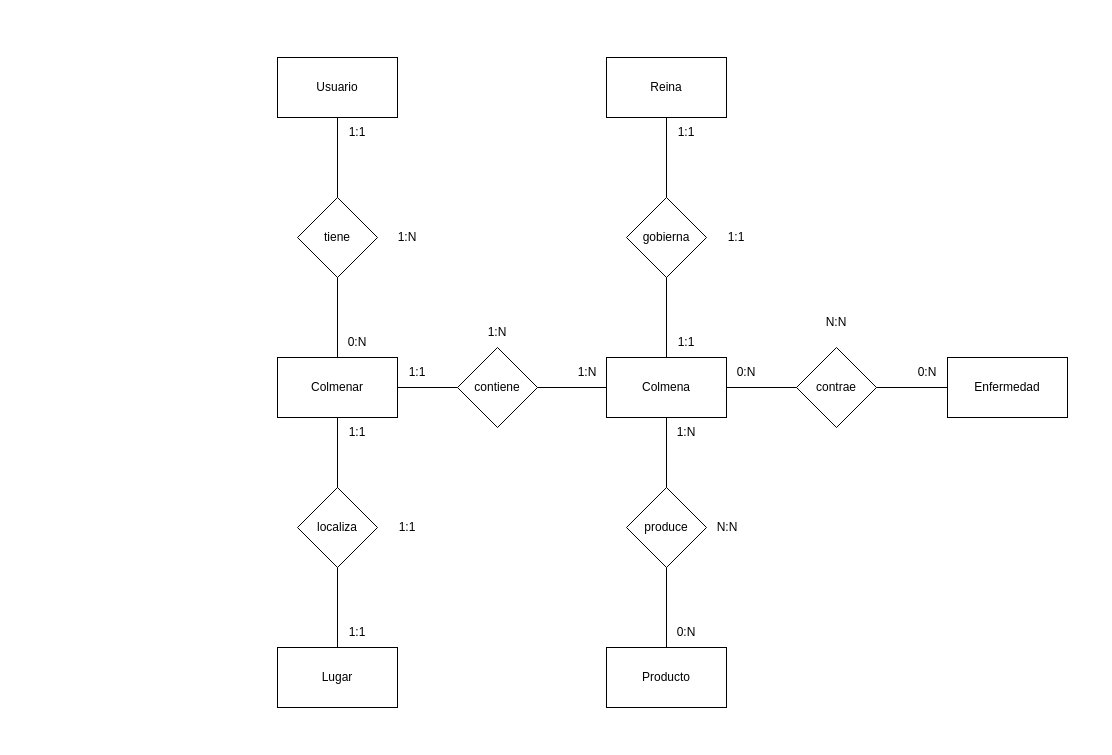
Earlier version of the draw.io diagram diagrama.drawio (Ocklaf/PFC). Source tidied: cells renumbered, new cells numbered last; positions are measured from the earlier drawing's top-left corner, leaving out a move shared by most shapes. Both pictures are drawn from the tidied source at 100%, with x=0, y=0 at pixel (277, 57).
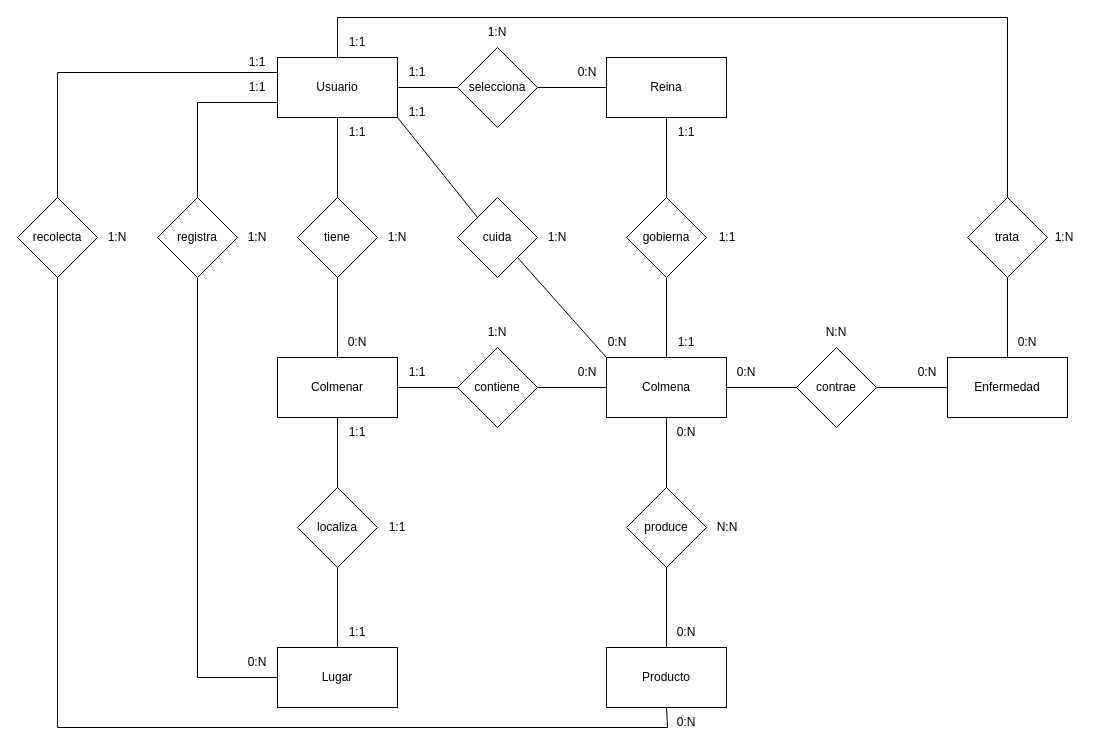
After the change.

Unchanged cells that the change refers to:
```xml
<mxCell id="3" value="Usuario" style="rounded=0;whiteSpace=wrap;html=1;" parent="1" vertex="1">
  <mxGeometry width="120" height="60" as="geometry" />
</mxCell>
<mxCell id="11" value="Colmena" style="rounded=0;whiteSpace=wrap;html=1;" parent="1" vertex="1">
  <mxGeometry x="329" y="300" width="120" height="60" as="geometry" />
</mxCell>
<mxCell id="18" value="Reina" style="rounded=0;whiteSpace=wrap;html=1;" parent="1" vertex="1">
  <mxGeometry x="329" width="120" height="60" as="geometry" />
</mxCell>
<mxCell id="26" value="Producto" style="rounded=0;whiteSpace=wrap;html=1;" parent="1" vertex="1">
  <mxGeometry x="329" y="590" width="120" height="60" as="geometry" />
</mxCell>
<mxCell id="32" value="Enfermedad" style="rounded=0;whiteSpace=wrap;html=1;" parent="1" vertex="1">
  <mxGeometry x="670" y="300" width="120" height="60" as="geometry" />
</mxCell>
<mxCell id="38" value="Lugar" style="rounded=0;whiteSpace=wrap;html=1;" parent="1" vertex="1">
  <mxGeometry y="590" width="120" height="60" as="geometry" />
</mxCell>
```

The edit, as a diff of the source:
```diff
@@
     <mxCell id="9" value="1:N" style="text;html=1;strokeColor=none;fillColor=none;align=center;verticalAlign=middle;whiteSpace=wrap;rounded=0;" parent="1" vertex="1">
-      <mxGeometry x="100" y="165" width="60" height="30" as="geometry" />
+      <mxGeometry x="90" y="165" width="60" height="30" as="geometry" />
     </mxCell>
@@
-    <mxCell id="14" value="1:N" style="text;html=1;strokeColor=none;fillColor=none;align=center;verticalAlign=middle;whiteSpace=wrap;rounded=0;" parent="1" vertex="1">
+    <mxCell id="14" value="0:N" style="text;html=1;strokeColor=none;fillColor=none;align=center;verticalAlign=middle;whiteSpace=wrap;rounded=0;" parent="1" vertex="1">
       <mxGeometry x="280" y="300" width="60" height="30" as="geometry" />
     </mxCell>
@@
     <mxCell id="23" value="1:1" style="text;html=1;strokeColor=none;fillColor=none;align=center;verticalAlign=middle;whiteSpace=wrap;rounded=0;" parent="1" vertex="1">
-      <mxGeometry x="429" y="165" width="60" height="30" as="geometry" />
+      <mxGeometry x="420" y="165" width="60" height="30" as="geometry" />
     </mxCell>
@@
-    <mxCell id="29" value="1:N" style="text;html=1;strokeColor=none;fillColor=none;align=center;verticalAlign=middle;whiteSpace=wrap;rounded=0;" parent="1" vertex="1">
+    <mxCell id="29" value="0:N" style="text;html=1;strokeColor=none;fillColor=none;align=center;verticalAlign=middle;whiteSpace=wrap;rounded=0;" parent="1" vertex="1">
       <mxGeometry x="379" y="360" width="60" height="30" as="geometry" />
     </mxCell>
@@
     <mxCell id="37" value="N:N" style="text;html=1;strokeColor=none;fillColor=none;align=center;verticalAlign=middle;whiteSpace=wrap;rounded=0;" parent="1" vertex="1">
-      <mxGeometry x="529" y="250" width="60" height="30" as="geometry" />
+      <mxGeometry x="529" y="260" width="60" height="30" as="geometry" />
     </mxCell>
@@
     <mxCell id="44" value="1:1" style="text;html=1;strokeColor=none;fillColor=none;align=center;verticalAlign=middle;whiteSpace=wrap;rounded=0;" parent="1" vertex="1">
-      <mxGeometry x="100" y="455" width="60" height="30" as="geometry" />
+      <mxGeometry x="90" y="455" width="60" height="30" as="geometry" />
     </mxCell>
+    <mxCell id="45" value="selecciona" style="rhombus;whiteSpace=wrap;html=1;" parent="1" vertex="1">
+      <mxGeometry x="180" y="-10" width="80" height="80" as="geometry" />
+    </mxCell>
+    <mxCell id="46" style="endArrow=none;html=1;rounded=0;entryX=0;entryY=0.5;entryDx=0;entryDy=0;exitX=1;exitY=0.5;exitDx=0;exitDy=0;" parent="1" edge="1" source="45" target="18">
+      <mxGeometry relative="1" as="geometry" />
+    </mxCell>
+    <mxCell id="47" style="endArrow=none;html=1;rounded=0;entryX=0;entryY=0.5;entryDx=0;entryDy=0;exitX=1;exitY=0.5;exitDx=0;exitDy=0;" parent="1" edge="1" source="3" target="45">
+      <mxGeometry relative="1" as="geometry" />
+    </mxCell>
+    <mxCell id="48" value="trata" style="rhombus;whiteSpace=wrap;html=1;" parent="1" vertex="1">
+      <mxGeometry x="690" y="140" width="80" height="80" as="geometry" />
+    </mxCell>
+    <mxCell id="49" style="endArrow=none;html=1;rounded=0;entryX=0.5;entryY=0;entryDx=0;entryDy=0;exitX=0.5;exitY=0;exitDx=0;exitDy=0;" parent="1" edge="1" source="3" target="48">
+      <mxGeometry relative="1" as="geometry">
+        <Array as="points">
+          <mxPoint x="60" y="-40" />
+          <mxPoint x="730" y="-40" />
+        </Array>
+      </mxGeometry>
+    </mxCell>
+    <mxCell id="50" style="endArrow=none;html=1;rounded=0;entryX=0.5;entryY=1;entryDx=0;entryDy=0;exitX=0.5;exitY=0;exitDx=0;exitDy=0;" parent="1" edge="1" source="32" target="48">
+      <mxGeometry relative="1" as="geometry" />
+    </mxCell>
+    <mxCell id="51" value="cuida" style="rhombus;whiteSpace=wrap;html=1;" parent="1" vertex="1">
+      <mxGeometry x="180" y="140" width="80" height="80" as="geometry" />
+    </mxCell>
+    <mxCell id="52" style="endArrow=none;html=1;rounded=0;entryX=0;entryY=0;entryDx=0;entryDy=0;exitX=1;exitY=1;exitDx=0;exitDy=0;" parent="1" edge="1" source="51" target="11">
+      <mxGeometry relative="1" as="geometry" />
+    </mxCell>
+    <mxCell id="53" style="endArrow=none;html=1;rounded=0;entryX=0;entryY=0;entryDx=0;entryDy=0;exitX=1;exitY=1;exitDx=0;exitDy=0;" parent="1" edge="1" source="3" target="51">
+      <mxGeometry relative="1" as="geometry" />
+    </mxCell>
+    <mxCell id="54" value="registra" style="rhombus;whiteSpace=wrap;html=1;" parent="1" vertex="1">
+      <mxGeometry x="-120" y="140" width="80" height="80" as="geometry" />
+    </mxCell>
+    <mxCell id="55" style="endArrow=none;html=1;rounded=0;entryX=0;entryY=0.75;entryDx=0;entryDy=0;exitX=0.5;exitY=0;exitDx=0;exitDy=0;" parent="1" edge="1" source="54" target="3">
+      <mxGeometry relative="1" as="geometry">
+        <Array as="points">
+          <mxPoint x="-80" y="45" />
+        </Array>
+      </mxGeometry>
+    </mxCell>
+    <mxCell id="56" style="endArrow=none;html=1;rounded=0;entryX=0.5;entryY=1;entryDx=0;entryDy=0;exitX=0;exitY=0.5;exitDx=0;exitDy=0;" parent="1" edge="1" source="38" target="54">
+      <mxGeometry relative="1" as="geometry">
+        <Array as="points">
+          <mxPoint x="-80" y="620" />
+        </Array>
+      </mxGeometry>
+    </mxCell>
+    <mxCell id="57" value="recolecta" style="rhombus;whiteSpace=wrap;html=1;" parent="1" vertex="1">
+      <mxGeometry x="-260" y="140" width="80" height="80" as="geometry" />
+    </mxCell>
+    <mxCell id="58" style="endArrow=none;html=1;rounded=0;entryX=0;entryY=0.25;entryDx=0;entryDy=0;exitX=0.5;exitY=0;exitDx=0;exitDy=0;" parent="1" edge="1" source="57" target="3">
+      <mxGeometry relative="1" as="geometry">
+        <Array as="points">
+          <mxPoint x="-220" y="15" />
+        </Array>
+      </mxGeometry>
+    </mxCell>
+    <mxCell id="59" style="endArrow=none;html=1;rounded=0;entryX=0.5;entryY=1;entryDx=0;entryDy=0;exitX=0.5;exitY=1;exitDx=0;exitDy=0;" parent="1" edge="1" source="57" target="26">
+      <mxGeometry relative="1" as="geometry">
+        <Array as="points">
+          <mxPoint x="-220" y="670" />
+          <mxPoint x="390" y="670" />
+        </Array>
+      </mxGeometry>
+    </mxCell>
+    <mxCell id="60" value="0:N" style="text;html=1;strokeColor=none;fillColor=none;align=center;verticalAlign=middle;whiteSpace=wrap;rounded=0;" parent="1" vertex="1">
+      <mxGeometry x="280" width="60" height="30" as="geometry" />
+    </mxCell>
+    <mxCell id="61" value="1:1" style="text;html=1;strokeColor=none;fillColor=none;align=center;verticalAlign=middle;whiteSpace=wrap;rounded=0;" parent="1" vertex="1">
+      <mxGeometry x="110" width="60" height="30" as="geometry" />
+    </mxCell>
+    <mxCell id="62" value="1:N" style="text;html=1;strokeColor=none;fillColor=none;align=center;verticalAlign=middle;whiteSpace=wrap;rounded=0;" parent="1" vertex="1">
+      <mxGeometry x="190" y="-40" width="60" height="30" as="geometry" />
+    </mxCell>
+    <mxCell id="63" value="0:N" style="text;html=1;strokeColor=none;fillColor=none;align=center;verticalAlign=middle;whiteSpace=wrap;rounded=0;" parent="1" vertex="1">
+      <mxGeometry x="720" y="270" width="60" height="30" as="geometry" />
+    </mxCell>
+    <mxCell id="64" value="1:1" style="text;html=1;strokeColor=none;fillColor=none;align=center;verticalAlign=middle;whiteSpace=wrap;rounded=0;" parent="1" vertex="1">
+      <mxGeometry x="50" y="-30" width="60" height="30" as="geometry" />
+    </mxCell>
+    <mxCell id="65" value="1:N" style="text;html=1;strokeColor=none;fillColor=none;align=center;verticalAlign=middle;whiteSpace=wrap;rounded=0;" parent="1" vertex="1">
+      <mxGeometry x="757" y="165" width="60" height="30" as="geometry" />
+    </mxCell>
+    <mxCell id="66" value="0:N" style="text;html=1;strokeColor=none;fillColor=none;align=center;verticalAlign=middle;whiteSpace=wrap;rounded=0;" parent="1" vertex="1">
+      <mxGeometry x="-50" y="590" width="60" height="30" as="geometry" />
+    </mxCell>
+    <mxCell id="67" value="1:1" style="text;html=1;strokeColor=none;fillColor=none;align=center;verticalAlign=middle;whiteSpace=wrap;rounded=0;" parent="1" vertex="1">
+      <mxGeometry x="-50" y="15" width="60" height="30" as="geometry" />
+    </mxCell>
+    <mxCell id="68" value="0:N" style="text;html=1;strokeColor=none;fillColor=none;align=center;verticalAlign=middle;whiteSpace=wrap;rounded=0;" parent="1" vertex="1">
+      <mxGeometry x="379" y="650" width="60" height="30" as="geometry" />
+    </mxCell>
+    <mxCell id="69" value="1:1" style="text;html=1;strokeColor=none;fillColor=none;align=center;verticalAlign=middle;whiteSpace=wrap;rounded=0;" parent="1" vertex="1">
+      <mxGeometry x="-50" y="-10" width="60" height="30" as="geometry" />
+    </mxCell>
+    <mxCell id="70" value="1:N" style="text;html=1;strokeColor=none;fillColor=none;align=center;verticalAlign=middle;whiteSpace=wrap;rounded=0;" parent="1" vertex="1">
+      <mxGeometry x="-190" y="165" width="60" height="30" as="geometry" />
+    </mxCell>
+    <mxCell id="71" value="1:N" style="text;html=1;strokeColor=none;fillColor=none;align=center;verticalAlign=middle;whiteSpace=wrap;rounded=0;" parent="1" vertex="1">
+      <mxGeometry x="-50" y="165" width="60" height="30" as="geometry" />
+    </mxCell>
+    <mxCell id="72" value="0:N" style="text;html=1;strokeColor=none;fillColor=none;align=center;verticalAlign=middle;whiteSpace=wrap;rounded=0;" parent="1" vertex="1">
+      <mxGeometry x="310" y="270" width="60" height="30" as="geometry" />
+    </mxCell>
+    <mxCell id="73" value="1:1" style="text;html=1;strokeColor=none;fillColor=none;align=center;verticalAlign=middle;whiteSpace=wrap;rounded=0;" parent="1" vertex="1">
+      <mxGeometry x="110" y="40" width="60" height="30" as="geometry" />
+    </mxCell>
+    <mxCell id="74" value="1:N" style="text;html=1;strokeColor=none;fillColor=none;align=center;verticalAlign=middle;whiteSpace=wrap;rounded=0;" parent="1" vertex="1">
+      <mxGeometry x="250" y="165" width="60" height="30" as="geometry" />
+    </mxCell>
```
